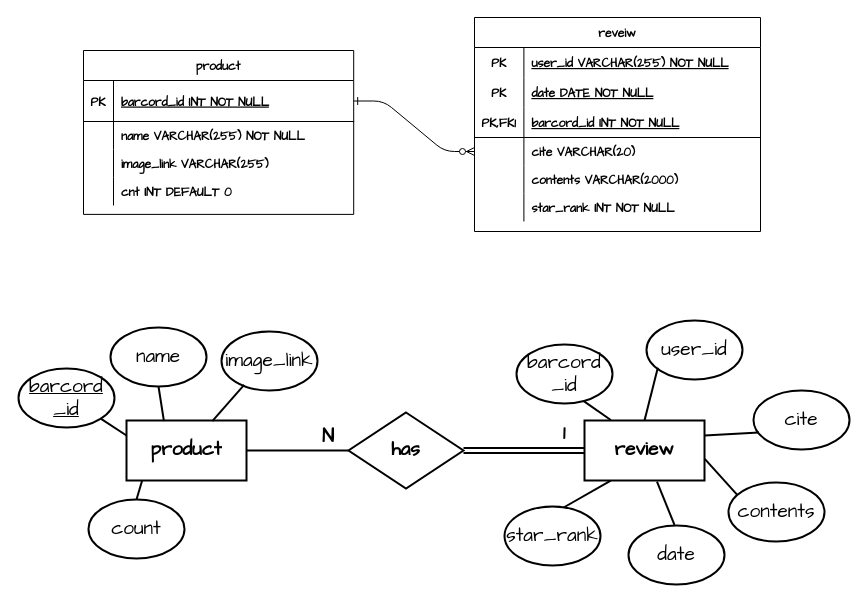
This is 1_DOCUMENT/db_logic.drawio from squirMM/2021_Hanium_TtokShow, a draw.io file, before an edit. Source tidied: cells renumbered, new cells numbered last; positions are measured from the earlier drawing's top-left corner, leaving out a move shared by most shapes. Both pictures are drawn from the tidied source at 100%, with x=0, y=0 at pixel (18, 17).
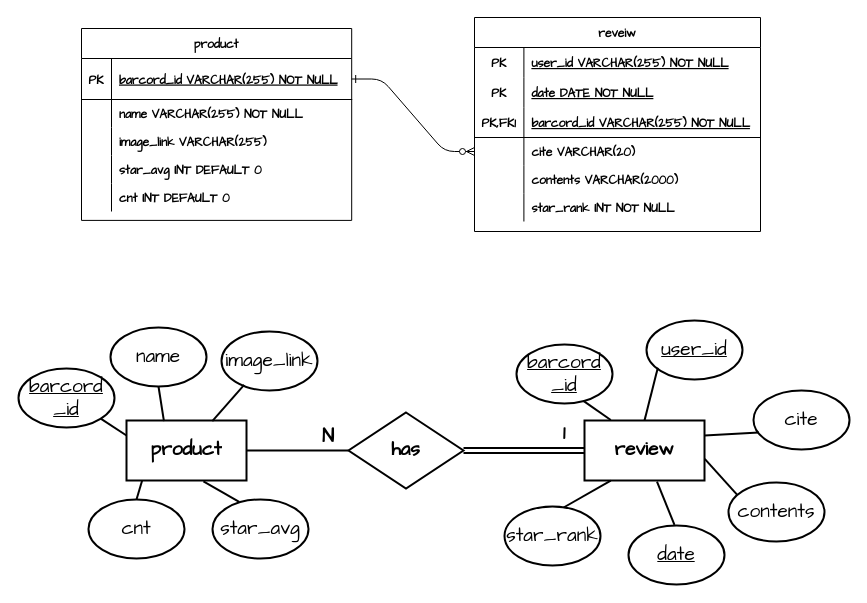
The same diagram, later.

The change refers to these unchanged cells:
```xml
<mxCell id="10" style="shape=partialRectangle;fillColor=none;top=0;left=0;right=0;bottom=1;fontFamily=Comic Sans MS;fontStyle=1;" parent="3" vertex="1">
  <mxGeometry y="90" width="286" height="30" as="geometry" />
</mxCell>
<mxCell id="23" style="shape=partialRectangle;fillColor=none;points=[[0,0.5],[1,0.5]];portConstraint=eastwest;top=0;left=0;right=0;bottom=1;fontFamily=Comic Sans MS;fontStyle=1;" parent="22" vertex="1">
  <mxGeometry y="30" width="270.2" height="41" as="geometry" />
</mxCell>
<mxCell id="35" value="product" style="rounded=0;whiteSpace=wrap;html=1;shadow=0;fontFamily=Comic Sans MS;fillColor=none;align=center;strokeWidth=2;fontSize=19;fontStyle=1;" parent="1" vertex="1">
  <mxGeometry x="108" y="403" width="120" height="60" as="geometry" />
</mxCell>
```

What changed in the source:
```diff
@@
-    <mxCell id="12" value="barcord_id INT NOT NULL " style="shape=partialRectangle;overflow=hidden;fillColor=none;top=0;left=0;bottom=0;right=0;align=left;spacingLeft=6;fontStyle=5;fontFamily=Comic Sans MS;" parent="10" vertex="1">
+    <mxCell id="12" value="barcord_id VARCHAR(255) NOT NULL " style="shape=partialRectangle;overflow=hidden;fillColor=none;top=0;left=0;bottom=0;right=0;align=left;spacingLeft=6;fontStyle=5;fontFamily=Comic Sans MS;" parent="10" vertex="1">
       <mxGeometry x="49.4" width="236.6" height="30" as="geometry" />
     </mxCell>
@@
-    <mxCell id="22" value="product" style="shape=table;startSize=30;childLayout=tableLayout;rowLines=0;fontStyle=1;align=center;fontFamily=Comic Sans MS;" parent="1" vertex="1">
-      <mxGeometry x="65" y="33" width="270.2" height="163.9" as="geometry" />
+    <mxCell id="22" value="product" style="shape=table;startSize=30;childLayout=tableLayout;rowLines=0;fontStyle=1;align=center;fontFamily=Comic Sans MS;swimlaneFillColor=none;" parent="1" vertex="1">
+      <mxGeometry x="63" y="11" width="270.2" height="191.9" as="geometry" />
     </mxCell>
@@
-    <mxCell id="25" value="barcord_id INT NOT NULL " style="shape=partialRectangle;overflow=hidden;fillColor=none;top=0;left=0;bottom=0;right=0;align=left;spacingLeft=6;fontStyle=5;fontFamily=Comic Sans MS;" parent="23" vertex="1">
+    <mxCell id="25" value="barcord_id VARCHAR(255) NOT NULL " style="shape=partialRectangle;overflow=hidden;fillColor=none;top=0;left=0;bottom=0;right=0;align=left;spacingLeft=6;fontStyle=5;fontFamily=Comic Sans MS;" parent="23" vertex="1">
       <mxGeometry x="30" width="240.2" height="41" as="geometry" />
     </mxCell>
@@
+    <mxCell id="63" style="shape=partialRectangle;fillColor=none;top=0;left=0;right=0;bottom=0;fontFamily=Comic Sans MS;fontStyle=1;shadow=0;" parent="22" vertex="1">
+      <mxGeometry y="127" width="270.2" height="28" as="geometry" />
+    </mxCell>
+    <mxCell id="64" style="shape=partialRectangle;overflow=hidden;fillColor=none;top=0;left=0;bottom=0;right=0;fontFamily=Comic Sans MS;fontStyle=1;shadow=0;" parent="63" vertex="1">
+      <mxGeometry width="30" height="28" as="geometry" />
+    </mxCell>
+    <mxCell id="65" value="star_avg INT DEFAULT 0" style="shape=partialRectangle;overflow=hidden;fillColor=none;top=0;left=0;bottom=0;right=0;align=left;spacingLeft=6;fontFamily=Comic Sans MS;fontStyle=1;shadow=0;" parent="63" vertex="1">
+      <mxGeometry x="30" width="240.2" height="28" as="geometry" />
+    </mxCell>
     <mxCell id="32" style="shape=partialRectangle;fillColor=none;top=0;left=0;right=0;bottom=0;fontFamily=Comic Sans MS;fontStyle=1;shadow=0;" parent="22" vertex="1">
-      <mxGeometry y="127" width="270.2" height="28" as="geometry" />
+      <mxGeometry y="155" width="270.2" height="28" as="geometry" />
     </mxCell>
@@
-    <mxCell id="45" value="count" style="ellipse;whiteSpace=wrap;html=1;shadow=0;fontFamily=Comic Sans MS;fontSize=19;strokeWidth=2;fillColor=none;align=center;" parent="1" vertex="1">
+    <mxCell id="45" value="cnt" style="ellipse;whiteSpace=wrap;html=1;shadow=0;fontFamily=Comic Sans MS;fontSize=19;strokeWidth=2;fillColor=none;align=center;" parent="1" vertex="1">
       <mxGeometry x="70" y="482" width="96" height="59" as="geometry" />
     </mxCell>
-    <mxCell id="46" value="barcord _id" style="ellipse;whiteSpace=wrap;html=1;shadow=0;fontFamily=Comic Sans MS;fontSize=19;strokeWidth=2;fillColor=none;align=center;fontStyle=0;" parent="1" vertex="1">
+    <mxCell id="46" value="barcord _id" style="ellipse;whiteSpace=wrap;html=1;shadow=0;fontFamily=Comic Sans MS;fontSize=19;strokeWidth=2;fillColor=none;align=center;fontStyle=4;" parent="1" vertex="1">
       <mxGeometry x="498" y="327" width="96" height="59" as="geometry" />
     </mxCell>
-    <mxCell id="47" value="user_id" style="ellipse;whiteSpace=wrap;html=1;shadow=0;fontFamily=Comic Sans MS;fontSize=19;strokeWidth=2;fillColor=none;align=center;" parent="1" vertex="1">
+    <mxCell id="47" value="user_id" style="ellipse;whiteSpace=wrap;html=1;shadow=0;fontFamily=Comic Sans MS;fontSize=19;strokeWidth=2;fillColor=none;align=center;fontStyle=4;" parent="1" vertex="1">
       <mxGeometry x="628" y="303" width="96" height="59" as="geometry" />
     </mxCell>
@@
-    <mxCell id="50" value="date" style="ellipse;whiteSpace=wrap;html=1;shadow=0;fontFamily=Comic Sans MS;fontSize=19;strokeWidth=2;fillColor=none;align=center;" parent="1" vertex="1">
+    <mxCell id="50" value="date" style="ellipse;whiteSpace=wrap;html=1;shadow=0;fontFamily=Comic Sans MS;fontSize=19;strokeWidth=2;fillColor=none;align=center;fontStyle=4;" parent="1" vertex="1">
       <mxGeometry x="610" y="508" width="96" height="59" as="geometry" />
     </mxCell>
@@
+    <mxCell id="66" value="star_avg" style="ellipse;whiteSpace=wrap;html=1;shadow=0;fontFamily=Comic Sans MS;fontSize=19;strokeWidth=2;fillColor=none;align=center;" parent="1" vertex="1">
+      <mxGeometry x="194" y="482" width="96" height="59" as="geometry" />
+    </mxCell>
+    <mxCell id="67" style="endArrow=none;html=1;fontFamily=Comic Sans MS;fontSize=19;strokeWidth=2;align=center;exitX=0.641;exitY=1.016;exitDx=0;exitDy=0;entryX=0.278;entryY=0.042;entryDx=0;entryDy=0;exitPerimeter=0;entryPerimeter=0;" parent="1" edge="1" source="35" target="66">
+      <mxGeometry relative="1" as="geometry" />
+    </mxCell>
```
